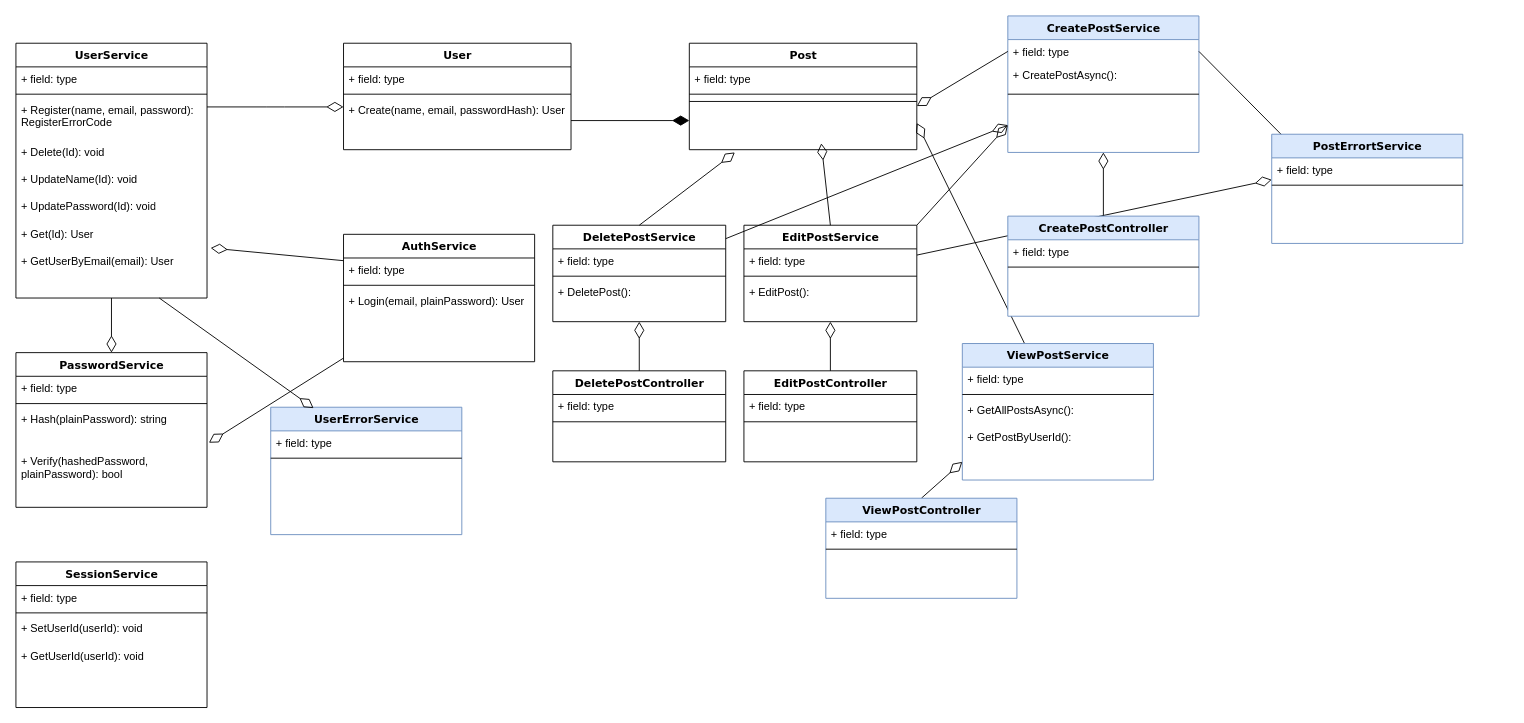
Above: App/Documents/ClassDiagram.drawio in KakoFujimoto/MinTwitterApp (draw.io), before the change. Source tidied: cells renumbered, new cells numbered last; positions are measured from the earlier drawing's top-left corner, leaving out a move shared by most shapes. Both pictures are drawn from the tidied source at 91%, with x=0, y=0 at pixel (15, 15).
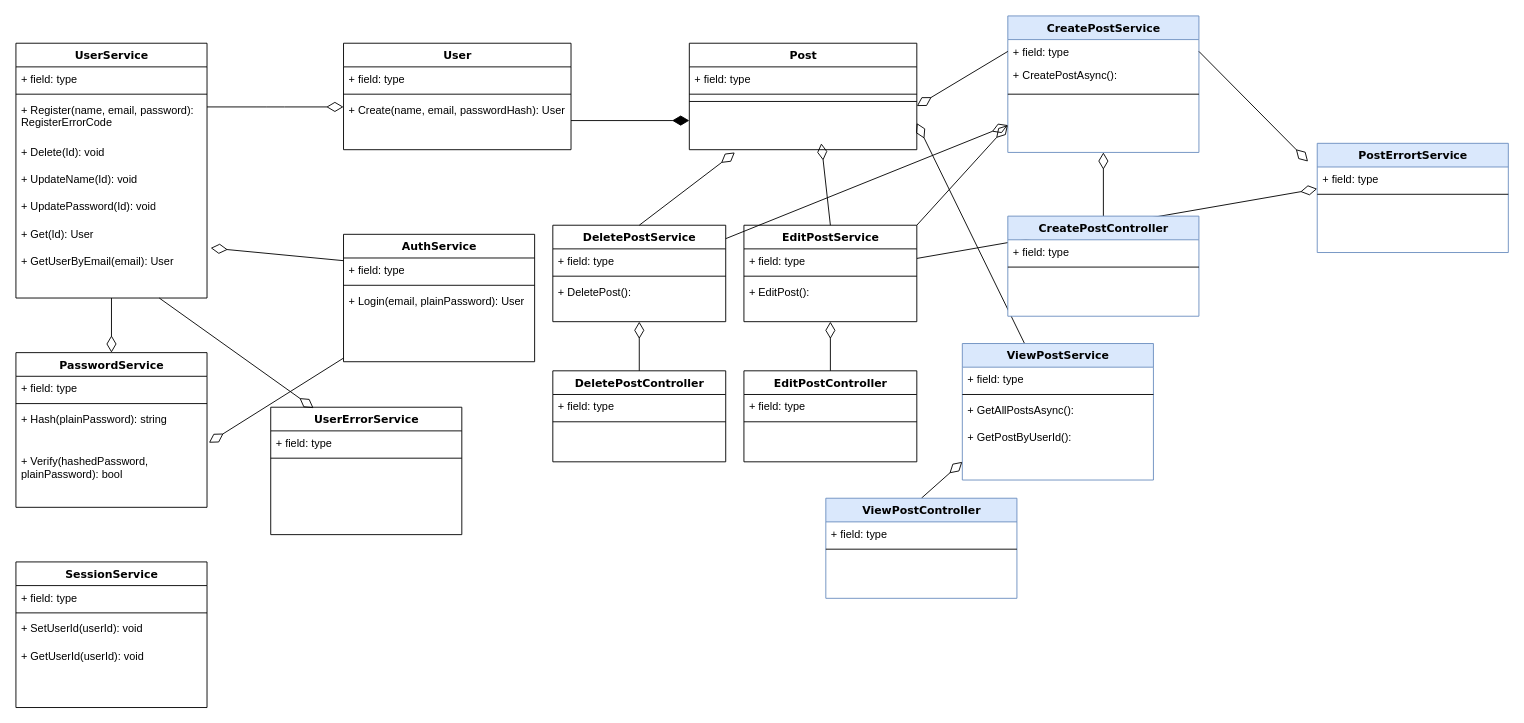
The same page after the edit.

Commit message (it also covers changes not shown here):
UserErrorServiceをDI登録してビルドが通るように

What changed in the source:
```diff
@@
     <mxCell id="76" value="&lt;div&gt;PostErrortService&lt;/div&gt;" style="swimlane;html=1;fontStyle=1;align=center;verticalAlign=top;horizontal=1;startSize=26;swimlaneFillColor=#ffffff;rounded=0;shadow=0;comic=0;labelBackgroundColor=none;strokeWidth=1;fillColor=#dae8fc;fontFamily=Verdana;fontSize=12;strokeColor=#6c8ebf;" parent="1" vertex="1">
-      <mxGeometry x="1380" y="130" width="210" height="120" as="geometry" />
+      <mxGeometry x="1430" y="140" width="210" height="120" as="geometry" />
     </mxCell>
@@
-    <mxCell id="82" value="UserErrorService" style="swimlane;html=1;fontStyle=1;align=center;verticalAlign=top;horizontal=1;startSize=26;swimlaneFillColor=#ffffff;rounded=0;shadow=0;comic=0;labelBackgroundColor=none;strokeWidth=1;fillColor=#dae8fc;fontFamily=Verdana;fontSize=12;strokeColor=#6c8ebf;" parent="1" vertex="1">
+    <mxCell id="82" value="UserErrorService" style="swimlane;html=1;fontStyle=1;align=center;verticalAlign=top;horizontal=1;startSize=26;swimlaneFillColor=#ffffff;rounded=0;shadow=0;comic=0;labelBackgroundColor=none;strokeWidth=1;fontFamily=Verdana;fontSize=12;" parent="1" vertex="1">
       <mxGeometry x="280" y="430" width="210" height="140" as="geometry" />
     </mxCell>
```
